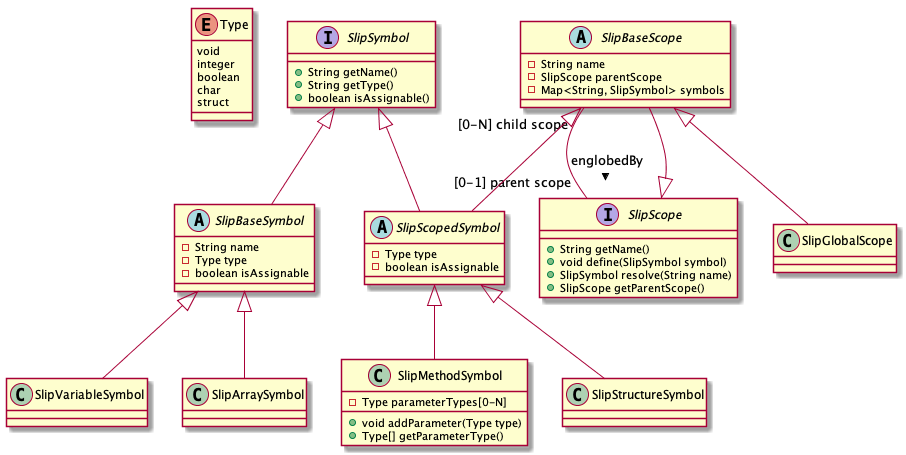
Before: doc/symbol table/symbolTable.png, a diagram exported from PlantUML (winstw/Compiler-ANTLR).
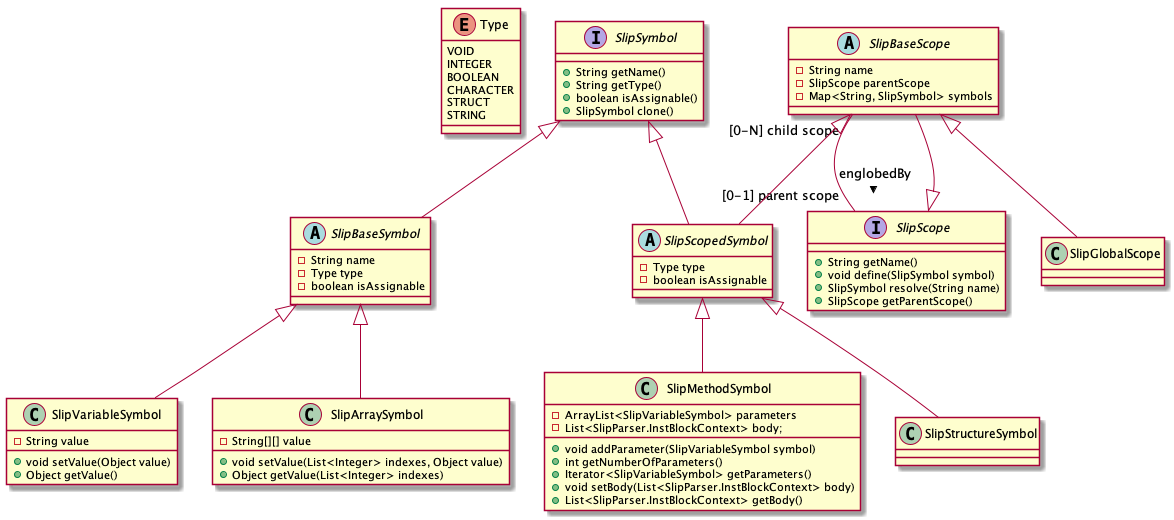
After the commit.

Commit message:
refactor symbol table + update doc

Diff of the diagram source:
```diff
@@ -1,17 +1,19 @@
 @startuml
 
 enum Type {
-    void
-    integer
-    boolean
-    char
-    struct
+    VOID
+    INTEGER
+    BOOLEAN
+    CHARACTER
+    STRUCT
+    STRING
 }
 
 interface SlipSymbol {
     +String getName()
     +String getType()
     +boolean isAssignable()
+    +SlipSymbol clone()
 }
 
 abstract class SlipBaseSymbol {
@@ -20,9 +22,19 @@
     -boolean isAssignable
 }
 
-class SlipVariableSymbol
-class SlipArraySymbol
+class SlipVariableSymbol {
+    -String value
 
+    +void setValue(Object value)
+    +Object getValue()
+}
+
+class SlipArraySymbol {
+    -String[][] value
+
+    +void setValue(List<Integer> indexes, Object value)
+    +Object getValue(List<Integer> indexes)
+}
 
 interface SlipScope {
     +String getName()
@@ -43,11 +55,16 @@
 }
 
 class SlipMethodSymbol {
-    -Type parameterTypes[0-N]
+    -ArrayList<SlipVariableSymbol> parameters
+    -List<SlipParser.InstBlockContext> body;
 
-    +void addParameter(Type type)
-    +Type[] getParameterType()
+    +void addParameter(SlipVariableSymbol symbol)
+    +int getNumberOfParameters()
+    +Iterator<SlipVariableSymbol> getParameters()
+    +void setBody(List<SlipParser.InstBlockContext> body)
+    +List<SlipParser.InstBlockContext> getBody()
 }
+
 class SlipStructureSymbol
 class SlipGlobalScope
 
```
